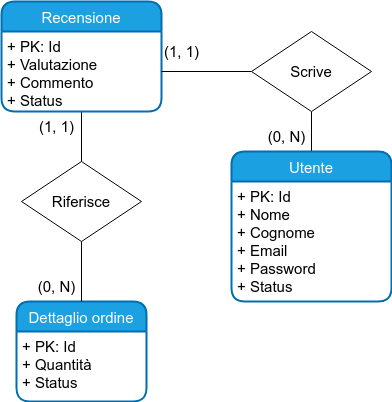
Above: doc/recensione/recensione_completo.png in EndriDomiUni/E-commerce (draw.io), before the change. Source tidied: cells renumbered, new cells last; positions are measured from the earlier drawing's top-left corner, leaving out a move shared by most shapes.
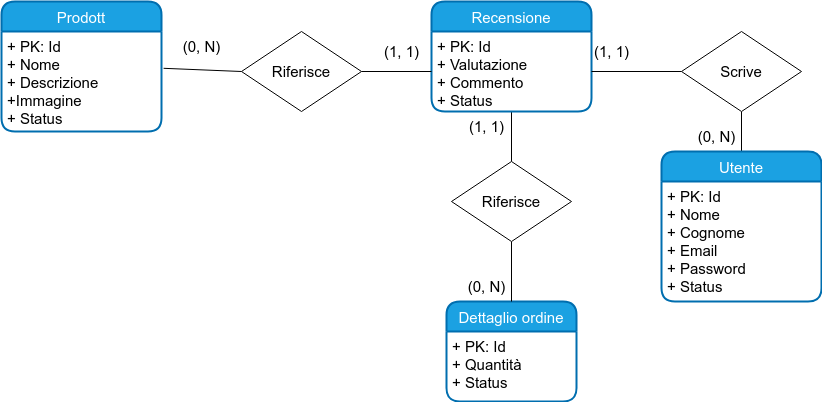
The same diagram one commit later.

Diff of the diagram source:
```diff
@@ -50,5 +50,26 @@
     <mxCell id="17" value="(0, N)" style="text;html=1;align=center;verticalAlign=middle;strokeColor=none;fillColor=none;fontSize=15;" parent="1" vertex="1">
       <mxGeometry x="255" y="120" width="60" height="30" as="geometry" />
     </mxCell>
+    <mxCell id="18" value="Prodott" style="swimlane;horizontal=1;startSize=30;rounded=1;fontSize=15;fontStyle=0;strokeWidth=2;shadow=0;dashed=0;align=center;fillColor=#1ba1e2;fontColor=#ffffff;strokeColor=#006EAF;" parent="1" vertex="1">
+      <mxGeometry x="-430" width="160" height="130" as="geometry" />
+    </mxCell>
+    <mxCell id="19" value="+ PK: Id&#10;+ Nome&#10;+ Descrizione&#10;+Immagine&#10;+ Status&#10;&#10;" style="align=left;strokeColor=none;fillColor=none;spacingLeft=4;fontSize=15;verticalAlign=top;" parent="18" vertex="1">
+      <mxGeometry y="30" width="160" height="100" as="geometry" />
+    </mxCell>
+    <mxCell id="20" style="edgeStyle=none;html=1;exitX=1;exitY=0.5;exitDx=0;exitDy=0;entryX=0;entryY=0.5;entryDx=0;entryDy=0;endArrow=none;endFill=0;" parent="1" edge="1" source="22" target="6">
+      <mxGeometry relative="1" as="geometry" />
+    </mxCell>
+    <mxCell id="21" style="edgeStyle=none;html=1;exitX=0;exitY=0.5;exitDx=0;exitDy=0;entryX=1.013;entryY=0.368;entryDx=0;entryDy=0;endArrow=none;endFill=0;entryPerimeter=0;" parent="1" edge="1" source="22" target="19">
+      <mxGeometry relative="1" as="geometry" />
+    </mxCell>
+    <mxCell id="22" value="Riferisce" style="rhombus;whiteSpace=wrap;html=1;fontSize=15;" parent="1" vertex="1">
+      <mxGeometry x="-190" y="30" width="120" height="80" as="geometry" />
+    </mxCell>
+    <mxCell id="23" value="(1, 1)" style="text;html=1;align=center;verticalAlign=middle;strokeColor=none;fillColor=none;fontSize=15;" parent="1" vertex="1">
+      <mxGeometry x="-60" y="35" width="60" height="30" as="geometry" />
+    </mxCell>
+    <mxCell id="24" value="(0, N)" style="text;html=1;align=center;verticalAlign=middle;strokeColor=none;fillColor=none;fontSize=15;" parent="1" vertex="1">
+      <mxGeometry x="-260" y="30" width="60" height="30" as="geometry" />
+    </mxCell>
   </root>
 </mxGraphModel>
```
